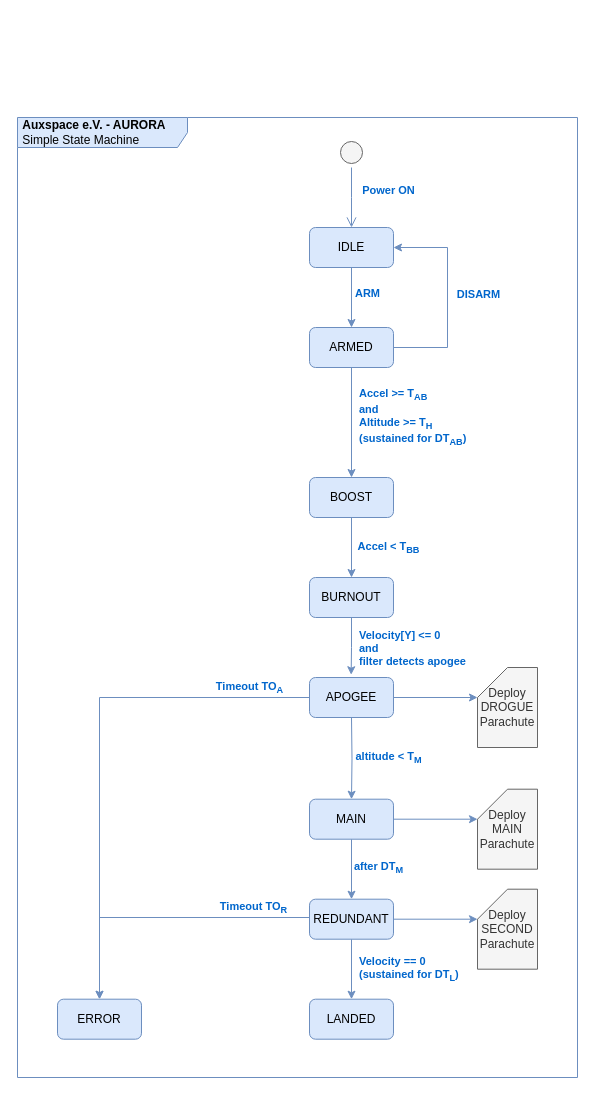
Above: doc/drawio_src/aurora_simple_state_machine.drawio in AUXSPACEeV/aurora (draw.io), before the change. Source tidied: cells renumbered, new cells numbered last; positions are measured from the earlier drawing's top-left corner, leaving out a move shared by most shapes. Both pictures are drawn from the tidied source at 100%, with x=0, y=0 at pixel (17, 117).
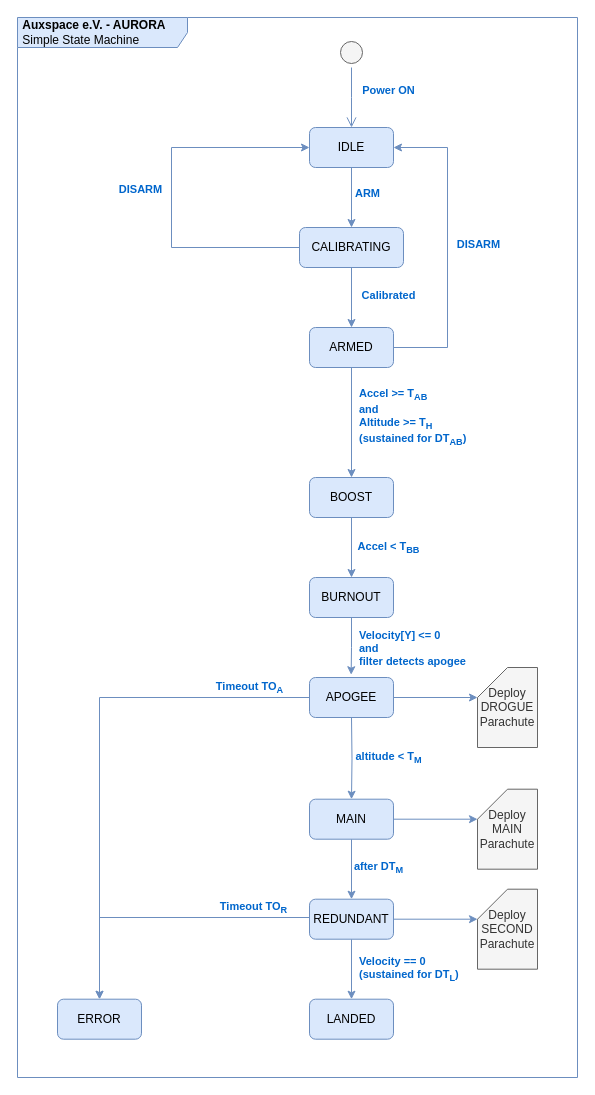
The same diagram, later.

Unchanged cells that the change refers to:
```xml
<mxCell id="12" value="ARMED" style="rounded=1;whiteSpace=wrap;html=1;fillColor=#dae8fc;strokeColor=#6c8ebf;convertToSvg=1;labelBackgroundColor=none;" parent="1" vertex="1">
  <mxGeometry x="292" y="210" width="84" height="40" as="geometry" />
</mxCell>
```

Change to the diagram source:
```diff
@@
     <mxCell id="2" style="ellipse;html=1;shape=startState;fillColor=#f5f5f5;fontColor=#333333;strokeColor=#666666;convertToSvg=1;labelBackgroundColor=none;" parent="1" vertex="1">
-      <mxGeometry x="319" y="20" width="30" height="30" as="geometry" />
+      <mxGeometry x="319" y="-80" width="30" height="30" as="geometry" />
     </mxCell>
     <mxCell id="3" style="edgeStyle=orthogonalEdgeStyle;html=1;verticalAlign=bottom;endArrow=open;endSize=8;strokeColor=#6c8ebf;rounded=0;convertToSvg=1;labelBackgroundColor=none;fillColor=#dae8fc;" parent="1" edge="1" source="2">
       <mxGeometry relative="1" as="geometry">
-        <mxPoint x="334" y="110" as="targetPoint" />
+        <mxPoint x="334" y="10" as="targetPoint" />
       </mxGeometry>
     </mxCell>
@@
-    <mxCell id="5" style="edgeStyle=orthogonalEdgeStyle;rounded=0;jettySize=auto;html=1;entryX=0.5;entryY=0;entryDx=0;entryDy=0;convertToSvg=1;labelBackgroundColor=none;fillColor=#dae8fc;strokeColor=#6c8ebf;" parent="1" edge="1" source="7" target="12">
+    <mxCell id="5" style="edgeStyle=orthogonalEdgeStyle;rounded=0;jettySize=auto;html=1;entryX=0.5;entryY=0;entryDx=0;entryDy=0;convertToSvg=1;labelBackgroundColor=none;fillColor=#dae8fc;strokeColor=#6c8ebf;" parent="1" edge="1" source="7" target="41">
       <mxGeometry relative="1" as="geometry" />
     </mxCell>
@@
     <mxCell id="7" value="IDLE" style="rounded=1;whiteSpace=wrap;html=1;fillColor=#dae8fc;strokeColor=#6c8ebf;convertToSvg=1;labelBackgroundColor=none;" parent="1" vertex="1">
-      <mxGeometry x="292" y="110" width="84" height="40" as="geometry" />
+      <mxGeometry x="292" y="10" width="84" height="40" as="geometry" />
     </mxCell>
@@
     <mxCell id="10" style="edgeStyle=orthogonalEdgeStyle;rounded=0;jettySize=auto;html=1;entryX=1;entryY=0.5;entryDx=0;entryDy=0;convertToSvg=1;labelBackgroundColor=none;fillColor=#dae8fc;strokeColor=#6c8ebf;" parent="1" edge="1" source="12" target="7">
       <mxGeometry relative="1" as="geometry">
         <Array as="points">
           <mxPoint x="430" y="230" />
-          <mxPoint x="430" y="130" />
+          <mxPoint x="430" y="30" />
         </Array>
       </mxGeometry>
     </mxCell>
@@
     <mxCell id="39" value="&lt;b&gt;&amp;nbsp;Auxspace e.V. - AURORA&lt;br&gt;&lt;/b&gt;&amp;nbsp;Simple State Machine" style="shape=umlFrame;whiteSpace=wrap;html=1;width=170;height=30;align=left;fillColor=#dae8fc;strokeColor=#6c8ebf;convertToSvg=1;labelBackgroundColor=none;" parent="1" vertex="1">
-      <mxGeometry width="560" height="960" as="geometry" />
+      <mxGeometry y="-100" width="560" height="1060" as="geometry" />
     </mxCell>
@@
+    <mxCell id="41" value="CALIBRATING" style="rounded=1;whiteSpace=wrap;html=1;fillColor=#dae8fc;strokeColor=#6c8ebf;convertToSvg=1;labelBackgroundColor=none;" parent="1" vertex="1">
+      <mxGeometry x="282" y="110" width="104" height="40" as="geometry" />
+    </mxCell>
+    <mxCell id="42" style="edgeStyle=orthogonalEdgeStyle;rounded=0;jettySize=auto;html=1;entryX=0.5;entryY=0;entryDx=0;entryDy=0;convertToSvg=1;labelBackgroundColor=none;fillColor=#dae8fc;strokeColor=#6c8ebf;" parent="1" edge="1" source="41" target="12">
+      <mxGeometry relative="1" as="geometry" />
+    </mxCell>
+    <mxCell id="43" value="Calibrated" style="edgeLabel;html=1;align=center;verticalAlign=middle;labelBackgroundColor=none;convertToSvg=1;fontColor=#0066CC;fontStyle=1;" parent="42" vertex="1">
+      <mxGeometry x="-0.1" relative="1" as="geometry">
+        <mxPoint x="36" as="offset" />
+      </mxGeometry>
+    </mxCell>
+    <mxCell id="44" style="edgeStyle=orthogonalEdgeStyle;rounded=0;jettySize=auto;html=1;entryX=0;entryY=0.5;entryDx=0;entryDy=0;convertToSvg=1;labelBackgroundColor=none;fillColor=#dae8fc;strokeColor=#6c8ebf;" parent="1" edge="1" source="41" target="7">
+      <mxGeometry relative="1" as="geometry">
+        <Array as="points">
+          <mxPoint x="154" y="130" />
+          <mxPoint x="154" y="30" />
+        </Array>
+      </mxGeometry>
+    </mxCell>
+    <mxCell id="45" value="DISARM" style="edgeLabel;html=1;align=center;verticalAlign=middle;labelBackgroundColor=none;convertToSvg=1;fontColor=#0066CC;fontStyle=1;" parent="44" vertex="1">
+      <mxGeometry y="1" relative="1" as="geometry">
+        <mxPoint x="-31" y="-4" as="offset" />
+      </mxGeometry>
+    </mxCell>
```
